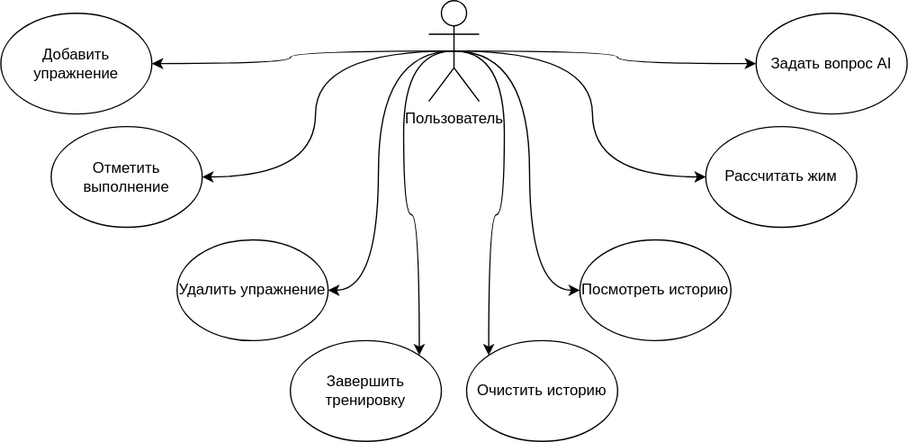
This is use_case диаграмма.svg from oneivan22/training-planner, a draw.io export, as it was before one commit. Source tidied: cells renumbered, new cells last; positions are measured from the earlier drawing's top-left corner, leaving out a move shared by most shapes. Its diagram source:
```xml
<mxGraphModel>
  <root>
    <mxCell id="0" />
    <mxCell id="1" parent="0" />
    <mxCell id="2" style="edgeStyle=orthogonalEdgeStyle;rounded=0;jettySize=auto;html=1;exitX=0.5;exitY=0.5;exitDx=0;exitDy=0;exitPerimeter=0;entryX=0;entryY=0.5;entryDx=0;entryDy=0;curved=1;" parent="1" edge="1" source="10" target="17">
      <mxGeometry relative="1" as="geometry">
        <Array as="points">
          <mxPoint x="420" y="40" />
          <mxPoint x="420" y="230" />
        </Array>
      </mxGeometry>
    </mxCell>
    <mxCell id="3" style="edgeStyle=orthogonalEdgeStyle;rounded=0;jettySize=auto;html=1;exitX=0.5;exitY=0.5;exitDx=0;exitDy=0;exitPerimeter=0;entryX=1;entryY=0.5;entryDx=0;entryDy=0;curved=1;" parent="1" edge="1" source="10" target="11">
      <mxGeometry relative="1" as="geometry">
        <Array as="points">
          <mxPoint x="300" y="40" />
          <mxPoint x="300" y="230" />
        </Array>
      </mxGeometry>
    </mxCell>
    <mxCell id="4" style="edgeStyle=orthogonalEdgeStyle;rounded=0;jettySize=auto;html=1;exitX=0.5;exitY=0.5;exitDx=0;exitDy=0;exitPerimeter=0;entryX=1;entryY=0.5;entryDx=0;entryDy=0;curved=1;" parent="1" edge="1" source="10" target="12">
      <mxGeometry relative="1" as="geometry" />
    </mxCell>
    <mxCell id="5" style="edgeStyle=orthogonalEdgeStyle;rounded=0;jettySize=auto;html=1;exitX=0.5;exitY=0.5;exitDx=0;exitDy=0;exitPerimeter=0;entryX=0;entryY=0.5;entryDx=0;entryDy=0;curved=1;" parent="1" edge="1" source="10" target="16">
      <mxGeometry relative="1" as="geometry" />
    </mxCell>
    <mxCell id="6" style="edgeStyle=orthogonalEdgeStyle;rounded=0;jettySize=auto;html=1;exitX=0.5;exitY=0.5;exitDx=0;exitDy=0;exitPerimeter=0;entryX=0;entryY=0.5;entryDx=0;entryDy=0;curved=1;" parent="1" edge="1" source="10" target="15">
      <mxGeometry relative="1" as="geometry" />
    </mxCell>
    <mxCell id="7" style="edgeStyle=orthogonalEdgeStyle;rounded=0;jettySize=auto;html=1;exitX=0.5;exitY=0.5;exitDx=0;exitDy=0;exitPerimeter=0;entryX=1;entryY=0.5;entryDx=0;entryDy=0;curved=1;" parent="1" edge="1" source="10" target="14">
      <mxGeometry relative="1" as="geometry" />
    </mxCell>
    <mxCell id="8" style="edgeStyle=orthogonalEdgeStyle;rounded=0;jettySize=auto;html=1;exitX=0.5;exitY=0.5;exitDx=0;exitDy=0;exitPerimeter=0;curved=1;entryX=1;entryY=0;entryDx=0;entryDy=0;" parent="1" edge="1" source="10" target="18">
      <mxGeometry relative="1" as="geometry">
        <Array as="points">
          <mxPoint x="320" y="40" />
          <mxPoint x="320" y="170" />
          <mxPoint x="332" y="170" />
        </Array>
      </mxGeometry>
    </mxCell>
    <mxCell id="9" style="edgeStyle=orthogonalEdgeStyle;rounded=0;jettySize=auto;html=1;exitX=0.5;exitY=0.5;exitDx=0;exitDy=0;exitPerimeter=0;entryX=0;entryY=0;entryDx=0;entryDy=0;curved=1;" parent="1" edge="1" source="10" target="13">
      <mxGeometry relative="1" as="geometry">
        <Array as="points">
          <mxPoint x="400" y="40" />
          <mxPoint x="400" y="170" />
          <mxPoint x="388" y="170" />
        </Array>
      </mxGeometry>
    </mxCell>
    <mxCell id="10" value="Пользователь" style="shape=umlActor;verticalLabelPosition=bottom;verticalAlign=top;html=1;" parent="1" vertex="1">
      <mxGeometry x="340" width="40" height="80" as="geometry" />
    </mxCell>
    <mxCell id="11" value="Удалить упражнение" style="ellipse;whiteSpace=wrap;html=1;" parent="1" vertex="1">
      <mxGeometry x="140" y="190" width="120" height="80" as="geometry" />
    </mxCell>
    <mxCell id="12" value="&lt;div style=&quot;text-align: center;&quot;&gt;Отметить выполнение&lt;/div&gt;" style="ellipse;whiteSpace=wrap;html=1;" parent="1" vertex="1">
      <mxGeometry x="40" y="100" width="120" height="80" as="geometry" />
    </mxCell>
    <mxCell id="13" value="Очистить историю" style="ellipse;whiteSpace=wrap;html=1;" parent="1" vertex="1">
      <mxGeometry x="370" y="270" width="120" height="80" as="geometry" />
    </mxCell>
    <mxCell id="14" value="Добавить упражнение" style="ellipse;whiteSpace=wrap;html=1;" parent="1" vertex="1">
      <mxGeometry y="10" width="120" height="80" as="geometry" />
    </mxCell>
    <mxCell id="15" value="Задать вопрос AI" style="ellipse;whiteSpace=wrap;html=1;" parent="1" vertex="1">
      <mxGeometry x="600" y="10" width="120" height="80" as="geometry" />
    </mxCell>
    <mxCell id="16" value="Рассчитать жим" style="ellipse;whiteSpace=wrap;html=1;" parent="1" vertex="1">
      <mxGeometry x="560" y="100" width="120" height="80" as="geometry" />
    </mxCell>
    <mxCell id="17" value="Посмотреть историю" style="ellipse;whiteSpace=wrap;html=1;" parent="1" vertex="1">
      <mxGeometry x="460" y="190" width="120" height="80" as="geometry" />
    </mxCell>
    <mxCell id="18" value="Завершить тренировку" style="ellipse;whiteSpace=wrap;html=1;" parent="1" vertex="1">
      <mxGeometry x="230" y="270" width="120" height="80" as="geometry" />
    </mxCell>
  </root>
</mxGraphModel>
```
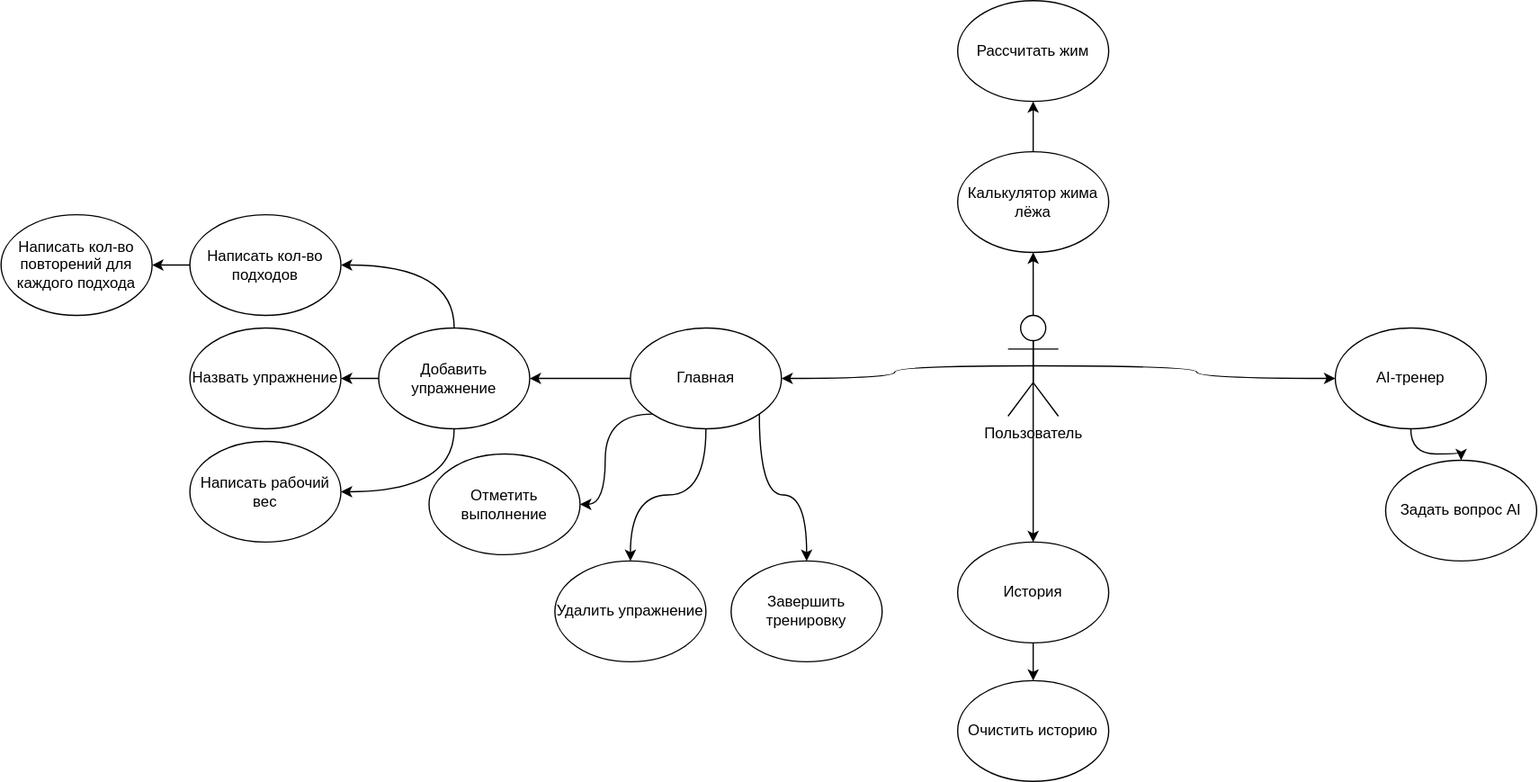
Later version of the same file.

What changed in the source:
```diff
@@ -2,78 +2,101 @@
   <root>
     <mxCell id="0" />
     <mxCell id="1" parent="0" />
-    <mxCell id="2" style="edgeStyle=orthogonalEdgeStyle;rounded=0;jettySize=auto;html=1;exitX=0.5;exitY=0.5;exitDx=0;exitDy=0;exitPerimeter=0;entryX=0;entryY=0.5;entryDx=0;entryDy=0;curved=1;" parent="1" edge="1" source="10" target="17">
-      <mxGeometry relative="1" as="geometry">
-        <Array as="points">
-          <mxPoint x="420" y="40" />
-          <mxPoint x="420" y="230" />
-        </Array>
-      </mxGeometry>
-    </mxCell>
-    <mxCell id="3" style="edgeStyle=orthogonalEdgeStyle;rounded=0;jettySize=auto;html=1;exitX=0.5;exitY=0.5;exitDx=0;exitDy=0;exitPerimeter=0;entryX=1;entryY=0.5;entryDx=0;entryDy=0;curved=1;" parent="1" edge="1" source="10" target="11">
-      <mxGeometry relative="1" as="geometry">
-        <Array as="points">
-          <mxPoint x="300" y="40" />
-          <mxPoint x="300" y="230" />
-        </Array>
-      </mxGeometry>
-    </mxCell>
-    <mxCell id="4" style="edgeStyle=orthogonalEdgeStyle;rounded=0;jettySize=auto;html=1;exitX=0.5;exitY=0.5;exitDx=0;exitDy=0;exitPerimeter=0;entryX=1;entryY=0.5;entryDx=0;entryDy=0;curved=1;" parent="1" edge="1" source="10" target="12">
+    <mxCell id="4" style="edgeStyle=orthogonalEdgeStyle;rounded=0;jettySize=auto;html=1;entryX=1;entryY=0.5;entryDx=0;entryDy=0;curved=1;exitX=0;exitY=1;exitDx=0;exitDy=0;" parent="1" edge="1" source="14" target="12">
       <mxGeometry relative="1" as="geometry" />
     </mxCell>
-    <mxCell id="5" style="edgeStyle=orthogonalEdgeStyle;rounded=0;jettySize=auto;html=1;exitX=0.5;exitY=0.5;exitDx=0;exitDy=0;exitPerimeter=0;entryX=0;entryY=0.5;entryDx=0;entryDy=0;curved=1;" parent="1" edge="1" source="10" target="16">
-      <mxGeometry relative="1" as="geometry" />
-    </mxCell>
+    <mxCell id="9" style="edgeStyle=orthogonalEdgeStyle;rounded=0;jettySize=auto;html=1;exitX=0.5;exitY=0.5;exitDx=0;exitDy=0;exitPerimeter=0;entryX=0.5;entryY=0;entryDx=0;entryDy=0;curved=1;" parent="1" edge="1" source="10" target="13">
+      <mxGeometry relative="1" as="geometry" />
+    </mxCell>
+    <mxCell id="19" style="edgeStyle=orthogonalEdgeStyle;rounded=0;jettySize=auto;html=1;exitX=0.5;exitY=0.5;exitDx=0;exitDy=0;exitPerimeter=0;entryX=0.5;entryY=1;entryDx=0;entryDy=0;curved=1;" parent="1" edge="1" source="10" target="30">
+      <mxGeometry relative="1" as="geometry" />
+    </mxCell>
     <mxCell id="6" style="edgeStyle=orthogonalEdgeStyle;rounded=0;jettySize=auto;html=1;exitX=0.5;exitY=0.5;exitDx=0;exitDy=0;exitPerimeter=0;entryX=0;entryY=0.5;entryDx=0;entryDy=0;curved=1;" parent="1" edge="1" source="10" target="15">
       <mxGeometry relative="1" as="geometry" />
     </mxCell>
     <mxCell id="7" style="edgeStyle=orthogonalEdgeStyle;rounded=0;jettySize=auto;html=1;exitX=0.5;exitY=0.5;exitDx=0;exitDy=0;exitPerimeter=0;entryX=1;entryY=0.5;entryDx=0;entryDy=0;curved=1;" parent="1" edge="1" source="10" target="14">
       <mxGeometry relative="1" as="geometry" />
     </mxCell>
-    <mxCell id="8" style="edgeStyle=orthogonalEdgeStyle;rounded=0;jettySize=auto;html=1;exitX=0.5;exitY=0.5;exitDx=0;exitDy=0;exitPerimeter=0;curved=1;entryX=1;entryY=0;entryDx=0;entryDy=0;" parent="1" edge="1" source="10" target="18">
-      <mxGeometry relative="1" as="geometry">
-        <Array as="points">
-          <mxPoint x="320" y="40" />
-          <mxPoint x="320" y="170" />
-          <mxPoint x="332" y="170" />
-        </Array>
-      </mxGeometry>
-    </mxCell>
-    <mxCell id="9" style="edgeStyle=orthogonalEdgeStyle;rounded=0;jettySize=auto;html=1;exitX=0.5;exitY=0.5;exitDx=0;exitDy=0;exitPerimeter=0;entryX=0;entryY=0;entryDx=0;entryDy=0;curved=1;" parent="1" edge="1" source="10" target="13">
-      <mxGeometry relative="1" as="geometry">
-        <Array as="points">
-          <mxPoint x="400" y="40" />
-          <mxPoint x="400" y="170" />
-          <mxPoint x="388" y="170" />
-        </Array>
-      </mxGeometry>
-    </mxCell>
     <mxCell id="10" value="Пользователь" style="shape=umlActor;verticalLabelPosition=bottom;verticalAlign=top;html=1;" parent="1" vertex="1">
       <mxGeometry x="340" width="40" height="80" as="geometry" />
     </mxCell>
     <mxCell id="11" value="Удалить упражнение" style="ellipse;whiteSpace=wrap;html=1;" parent="1" vertex="1">
-      <mxGeometry x="140" y="190" width="120" height="80" as="geometry" />
+      <mxGeometry x="-20" y="195" width="120" height="80" as="geometry" />
     </mxCell>
     <mxCell id="12" value="&lt;div style=&quot;text-align: center;&quot;&gt;Отметить выполнение&lt;/div&gt;" style="ellipse;whiteSpace=wrap;html=1;" parent="1" vertex="1">
-      <mxGeometry x="40" y="100" width="120" height="80" as="geometry" />
+      <mxGeometry x="-120" y="110" width="120" height="80" as="geometry" />
     </mxCell>
+    <mxCell id="20" style="edgeStyle=orthogonalEdgeStyle;rounded=0;jettySize=auto;html=1;exitX=0.5;exitY=1;exitDx=0;exitDy=0;entryX=0.5;entryY=0;entryDx=0;entryDy=0;curved=1;" parent="1" edge="1" source="13" target="17">
+      <mxGeometry relative="1" as="geometry" />
+    </mxCell>
-    <mxCell id="13" value="Очистить историю" style="ellipse;whiteSpace=wrap;html=1;" parent="1" vertex="1">
-      <mxGeometry x="370" y="270" width="120" height="80" as="geometry" />
+    <mxCell id="13" value="История" style="ellipse;whiteSpace=wrap;html=1;" parent="1" vertex="1">
+      <mxGeometry x="300" y="180" width="120" height="80" as="geometry" />
     </mxCell>
+    <mxCell id="21" style="edgeStyle=orthogonalEdgeStyle;rounded=0;jettySize=auto;html=1;exitX=0;exitY=0.5;exitDx=0;exitDy=0;" parent="1" edge="1" source="14" target="28">
+      <mxGeometry relative="1" as="geometry" />
+    </mxCell>
+    <mxCell id="22" style="edgeStyle=orthogonalEdgeStyle;rounded=0;jettySize=auto;html=1;exitX=0.5;exitY=1;exitDx=0;exitDy=0;curved=1;" parent="1" edge="1" source="14" target="11">
+      <mxGeometry relative="1" as="geometry" />
+    </mxCell>
+    <mxCell id="23" style="edgeStyle=orthogonalEdgeStyle;rounded=0;jettySize=auto;html=1;exitX=1;exitY=1;exitDx=0;exitDy=0;entryX=0.5;entryY=0;entryDx=0;entryDy=0;curved=1;" parent="1" edge="1" source="14" target="18">
+      <mxGeometry relative="1" as="geometry" />
+    </mxCell>
-    <mxCell id="14" value="Добавить упражнение" style="ellipse;whiteSpace=wrap;html=1;" parent="1" vertex="1">
-      <mxGeometry y="10" width="120" height="80" as="geometry" />
+    <mxCell id="14" value="Главная" style="ellipse;whiteSpace=wrap;html=1;" parent="1" vertex="1">
+      <mxGeometry x="40" y="10" width="120" height="80" as="geometry" />
     </mxCell>
+    <mxCell id="24" style="edgeStyle=orthogonalEdgeStyle;rounded=0;jettySize=auto;html=1;exitX=0.5;exitY=1;exitDx=0;exitDy=0;entryX=0.5;entryY=0;entryDx=0;entryDy=0;curved=1;" parent="1" edge="1" source="15" target="31">
+      <mxGeometry relative="1" as="geometry" />
+    </mxCell>
-    <mxCell id="15" value="Задать вопрос AI" style="ellipse;whiteSpace=wrap;html=1;" parent="1" vertex="1">
+    <mxCell id="15" value="AI-тренер" style="ellipse;whiteSpace=wrap;html=1;" parent="1" vertex="1">
       <mxGeometry x="600" y="10" width="120" height="80" as="geometry" />
     </mxCell>
     <mxCell id="16" value="Рассчитать жим" style="ellipse;whiteSpace=wrap;html=1;" parent="1" vertex="1">
-      <mxGeometry x="560" y="100" width="120" height="80" as="geometry" />
+      <mxGeometry x="300" y="-250" width="120" height="80" as="geometry" />
     </mxCell>
-    <mxCell id="17" value="Посмотреть историю" style="ellipse;whiteSpace=wrap;html=1;" parent="1" vertex="1">
-      <mxGeometry x="460" y="190" width="120" height="80" as="geometry" />
+    <mxCell id="17" value="Очистить историю" style="ellipse;whiteSpace=wrap;html=1;" parent="1" vertex="1">
+      <mxGeometry x="300" y="290" width="120" height="80" as="geometry" />
     </mxCell>
     <mxCell id="18" value="Завершить тренировку" style="ellipse;whiteSpace=wrap;html=1;" parent="1" vertex="1">
-      <mxGeometry x="230" y="270" width="120" height="80" as="geometry" />
+      <mxGeometry x="120" y="195" width="120" height="80" as="geometry" />
     </mxCell>
+    <mxCell id="25" style="edgeStyle=orthogonalEdgeStyle;rounded=0;jettySize=auto;html=1;exitX=0;exitY=0.5;exitDx=0;exitDy=0;entryX=1;entryY=0.5;entryDx=0;entryDy=0;" parent="1" edge="1" source="28" target="32">
+      <mxGeometry relative="1" as="geometry" />
+    </mxCell>
+    <mxCell id="26" style="edgeStyle=orthogonalEdgeStyle;rounded=0;jettySize=auto;html=1;exitX=0.5;exitY=0;exitDx=0;exitDy=0;entryX=1;entryY=0.5;entryDx=0;entryDy=0;curved=1;" parent="1" edge="1" source="28" target="34">
+      <mxGeometry relative="1" as="geometry" />
+    </mxCell>
+    <mxCell id="27" style="edgeStyle=orthogonalEdgeStyle;rounded=0;jettySize=auto;html=1;exitX=0.5;exitY=1;exitDx=0;exitDy=0;entryX=1;entryY=0.5;entryDx=0;entryDy=0;curved=1;" parent="1" edge="1" source="28" target="35">
+      <mxGeometry relative="1" as="geometry" />
+    </mxCell>
+    <mxCell id="28" value="Добавить упражнение" style="ellipse;whiteSpace=wrap;html=1;" parent="1" vertex="1">
+      <mxGeometry x="-160" y="10" width="120" height="80" as="geometry" />
+    </mxCell>
+    <mxCell id="29" style="edgeStyle=orthogonalEdgeStyle;rounded=0;jettySize=auto;html=1;exitX=0.5;exitY=0;exitDx=0;exitDy=0;entryX=0.5;entryY=1;entryDx=0;entryDy=0;curved=1;" parent="1" edge="1" source="30" target="16">
+      <mxGeometry relative="1" as="geometry" />
+    </mxCell>
+    <mxCell id="30" value="Калькулятор жима лёжа" style="ellipse;whiteSpace=wrap;html=1;" parent="1" vertex="1">
+      <mxGeometry x="300" y="-130" width="120" height="80" as="geometry" />
+    </mxCell>
+    <mxCell id="31" value="Задать вопрос AI" style="ellipse;whiteSpace=wrap;html=1;" parent="1" vertex="1">
+      <mxGeometry x="640" y="115" width="120" height="80" as="geometry" />
+    </mxCell>
+    <mxCell id="32" value="Назвать упражнение" style="ellipse;whiteSpace=wrap;html=1;" parent="1" vertex="1">
+      <mxGeometry x="-310" y="10" width="120" height="80" as="geometry" />
+    </mxCell>
+    <mxCell id="33" style="edgeStyle=orthogonalEdgeStyle;rounded=0;jettySize=auto;html=1;exitX=0;exitY=0.5;exitDx=0;exitDy=0;entryX=0;entryY=0.5;entryDx=0;entryDy=0;curved=1;" parent="1" edge="1" source="34" target="36">
+      <mxGeometry relative="1" as="geometry" />
+    </mxCell>
+    <mxCell id="34" value="Написать кол-во подходов" style="ellipse;whiteSpace=wrap;html=1;" parent="1" vertex="1">
+      <mxGeometry x="-310" y="-80" width="120" height="80" as="geometry" />
+    </mxCell>
+    <mxCell id="35" value="Написать рабочий вес" style="ellipse;whiteSpace=wrap;html=1;" parent="1" vertex="1">
+      <mxGeometry x="-310" y="100" width="120" height="80" as="geometry" />
+    </mxCell>
+    <mxCell id="36" value="Написать кол-во повторений для каждого подхода" style="ellipse;whiteSpace=wrap;html=1;direction=west;" parent="1" vertex="1">
+      <mxGeometry x="-460" y="-80" width="120" height="80" as="geometry" />
+    </mxCell>
+    <mxCell id="37" style="edgeStyle=orthogonalEdgeStyle;rounded=0;orthogonalLoop=1;jettySize=auto;html=1;exitX=0.5;exitY=0;exitDx=0;exitDy=0;" parent="1" edge="1" source="36" target="36">
+      <mxGeometry relative="1" as="geometry" />
+    </mxCell>
   </root>
 </mxGraphModel>
```
